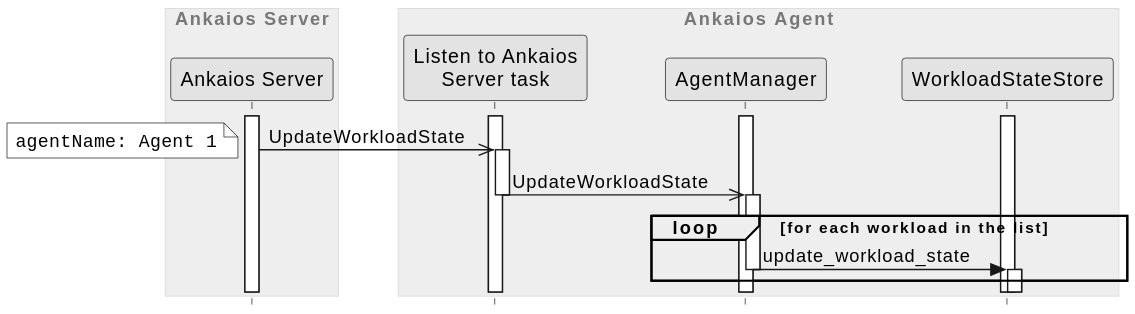
eclipse-ankaios/ankaios keeps this PlantUML diagram as agent/doc/swdesign/plantuml/seq_store_workload_state.svg. Above is the earlier version.
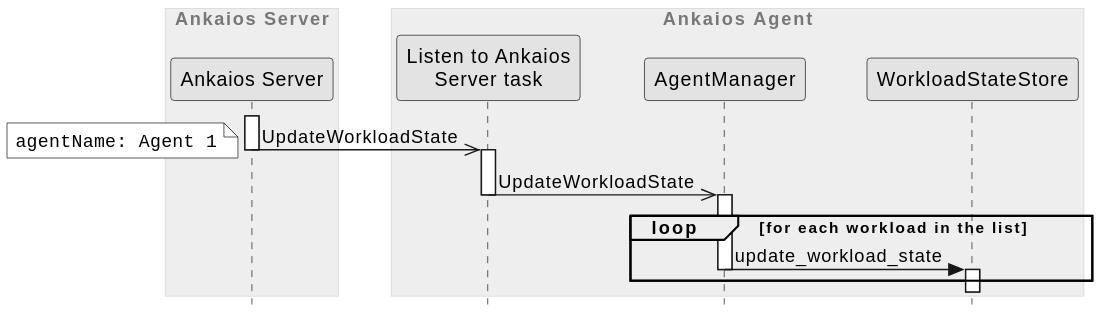
After the commit.

Diff of the diagram source:
```diff
@@ -12,11 +12,8 @@
 end box
 
 activate server
-activate listen_to_server
-activate manager
-activate wl_state_store
 
-server ->> listen_to_server ++: UpdateWorkloadState
+server ->> listen_to_server --++: UpdateWorkloadState
 note left
         ""agentName: Agent 1""
 end note
```
